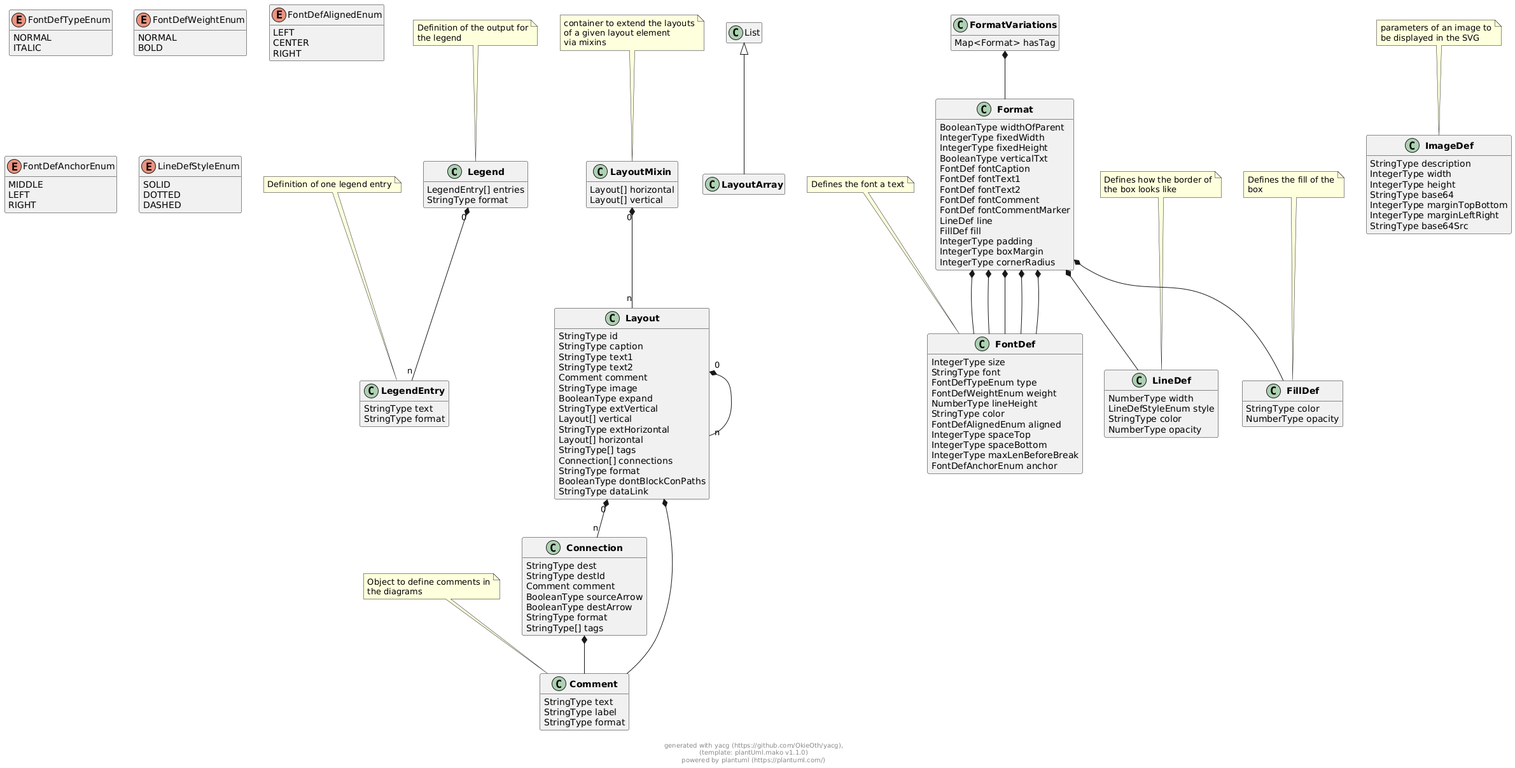
This is docs/models/png/externals.png from OkieOth/draw.chart.things, a PlantUML export, as it was before one commit.
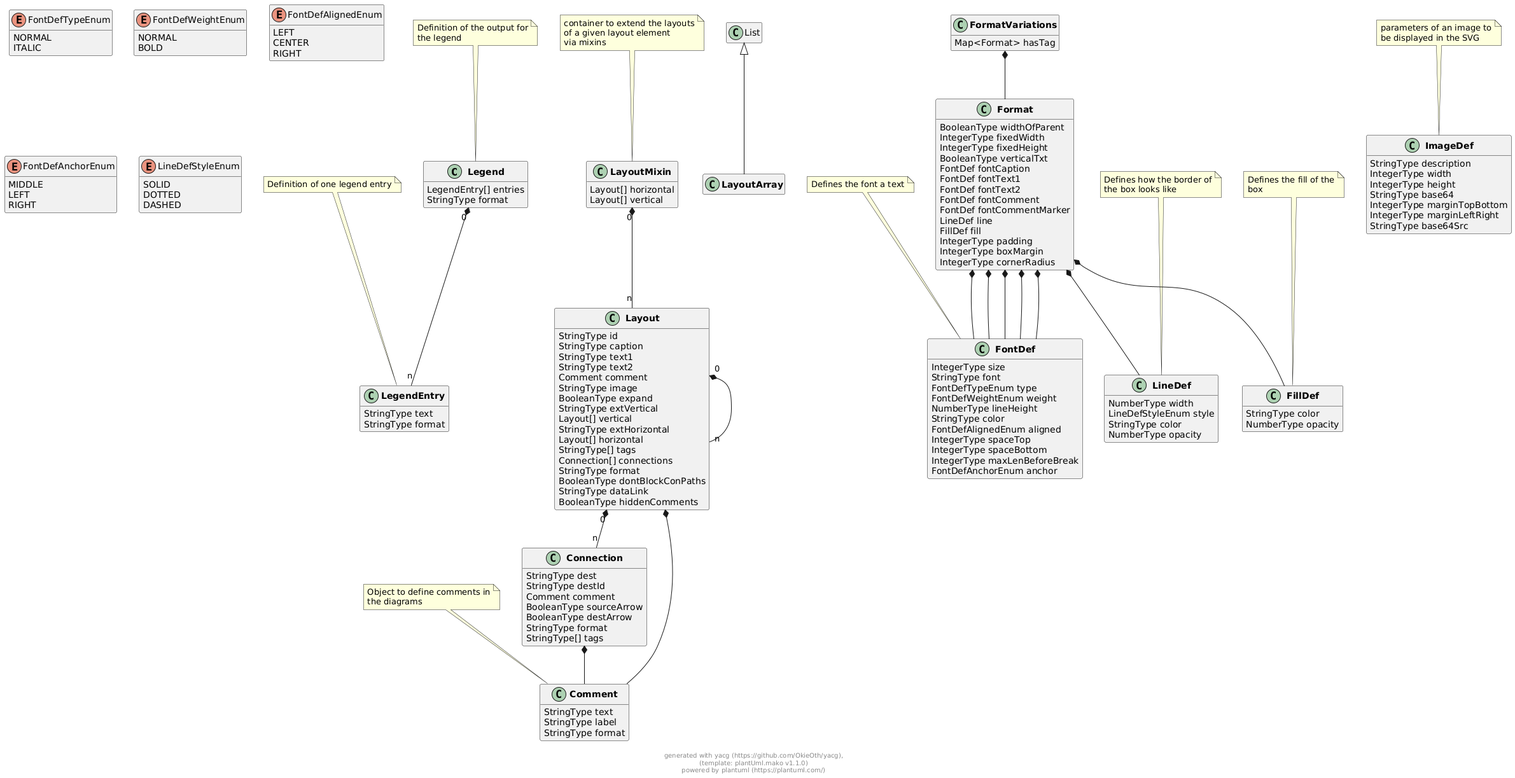
The same diagram one commit later.

What changed in the source:
```diff
@@ -36,6 +36,7 @@
         StringType format
         BooleanType dontBlockConPaths
         StringType dataLink
+        BooleanType hiddenComments
 }
 
 
@@ -206,6 +207,7 @@
 
 
 
+
 Connection  *--  Comment
 
 
```
